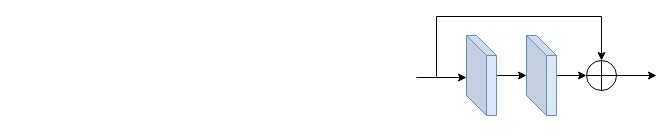
Before: contrast.drawio in JiaqianLi/TEST, a draw.io diagram. Source tidied: cells renumbered, new cells numbered last; positions are measured from the earlier drawing's top-left corner, leaving out a move shared by most shapes. Both pictures are drawn from the tidied source at 100%, with x=0, y=0 at pixel (416, 16).
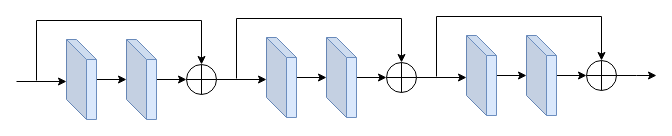
Above is the later version.

The edit, as a diff of the source:
```diff
@@
+    <mxCell id="10" style="edgeStyle=orthogonalEdgeStyle;rounded=0;jettySize=auto;html=1;" parent="1" edge="1" source="11" target="13">
+      <mxGeometry relative="1" as="geometry" />
+    </mxCell>
+    <mxCell id="11" style="shape=cube;whiteSpace=wrap;html=1;boundedLbl=1;backgroundOutline=1;darkOpacity=0.05;darkOpacity2=0.1;fillColor=#dae8fc;strokeColor=#6c8ebf;" parent="1" vertex="1">
+      <mxGeometry x="-150" y="21" width="30" height="80" as="geometry" />
+    </mxCell>
+    <mxCell id="12" style="edgeStyle=orthogonalEdgeStyle;rounded=0;jettySize=auto;html=1;" parent="1" edge="1" source="13" target="16">
+      <mxGeometry relative="1" as="geometry" />
+    </mxCell>
+    <mxCell id="13" style="shape=cube;whiteSpace=wrap;html=1;boundedLbl=1;backgroundOutline=1;darkOpacity=0.05;darkOpacity2=0.1;fillColor=#dae8fc;strokeColor=#6c8ebf;" parent="1" vertex="1">
+      <mxGeometry x="-90" y="21" width="30" height="80" as="geometry" />
+    </mxCell>
+    <mxCell id="14" style="edgeStyle=orthogonalEdgeStyle;rounded=0;orthogonalLoop=1;jettySize=auto;html=1;" parent="1" edge="1">
+      <mxGeometry relative="1" as="geometry">
+        <mxPoint x="-200" y="63" as="sourcePoint" />
+        <mxPoint x="-150" y="63" as="targetPoint" />
+      </mxGeometry>
+    </mxCell>
+    <mxCell id="15" style="edgeStyle=orthogonalEdgeStyle;rounded=0;jettySize=auto;html=1;entryX=0.5;entryY=0;entryDx=0;entryDy=0;" parent="1" edge="1" target="16">
+      <mxGeometry relative="1" as="geometry">
+        <mxPoint x="-180" y="62" as="sourcePoint" />
+        <Array as="points">
+          <mxPoint x="-180" y="2" />
+          <mxPoint x="-15" y="2" />
+        </Array>
+      </mxGeometry>
+    </mxCell>
+    <mxCell id="16" style="shape=orEllipse;perimeter=ellipsePerimeter;whiteSpace=wrap;html=1;backgroundOutline=1;" parent="1" vertex="1">
+      <mxGeometry x="-30" y="46" width="30" height="30" as="geometry" />
+    </mxCell>
+    <mxCell id="17" style="edgeStyle=orthogonalEdgeStyle;rounded=0;jettySize=auto;html=1;" parent="1" edge="1" source="18" target="20">
+      <mxGeometry relative="1" as="geometry" />
+    </mxCell>
+    <mxCell id="18" style="shape=cube;whiteSpace=wrap;html=1;boundedLbl=1;backgroundOutline=1;darkOpacity=0.05;darkOpacity2=0.1;fillColor=#dae8fc;strokeColor=#6c8ebf;" parent="1" vertex="1">
+      <mxGeometry x="-350" y="23" width="30" height="80" as="geometry" />
+    </mxCell>
+    <mxCell id="19" style="edgeStyle=orthogonalEdgeStyle;rounded=0;jettySize=auto;html=1;" parent="1" edge="1" source="20" target="23">
+      <mxGeometry relative="1" as="geometry" />
+    </mxCell>
+    <mxCell id="20" style="shape=cube;whiteSpace=wrap;html=1;boundedLbl=1;backgroundOutline=1;darkOpacity=0.05;darkOpacity2=0.1;fillColor=#dae8fc;strokeColor=#6c8ebf;" parent="1" vertex="1">
+      <mxGeometry x="-290" y="23" width="30" height="80" as="geometry" />
+    </mxCell>
+    <mxCell id="21" style="edgeStyle=orthogonalEdgeStyle;rounded=0;orthogonalLoop=1;jettySize=auto;html=1;" parent="1" edge="1">
+      <mxGeometry relative="1" as="geometry">
+        <mxPoint x="-400" y="65" as="sourcePoint" />
+        <mxPoint x="-350" y="65" as="targetPoint" />
+      </mxGeometry>
+    </mxCell>
+    <mxCell id="22" style="edgeStyle=orthogonalEdgeStyle;rounded=0;jettySize=auto;html=1;entryX=0.5;entryY=0;entryDx=0;entryDy=0;" parent="1" edge="1" target="23">
+      <mxGeometry relative="1" as="geometry">
+        <mxPoint x="-380" y="64" as="sourcePoint" />
+        <Array as="points">
+          <mxPoint x="-380" y="4" />
+          <mxPoint x="-215" y="4" />
+        </Array>
+      </mxGeometry>
+    </mxCell>
+    <mxCell id="23" style="shape=orEllipse;perimeter=ellipsePerimeter;whiteSpace=wrap;html=1;backgroundOutline=1;" parent="1" vertex="1">
+      <mxGeometry x="-230" y="48" width="30" height="30" as="geometry" />
+    </mxCell>
```
